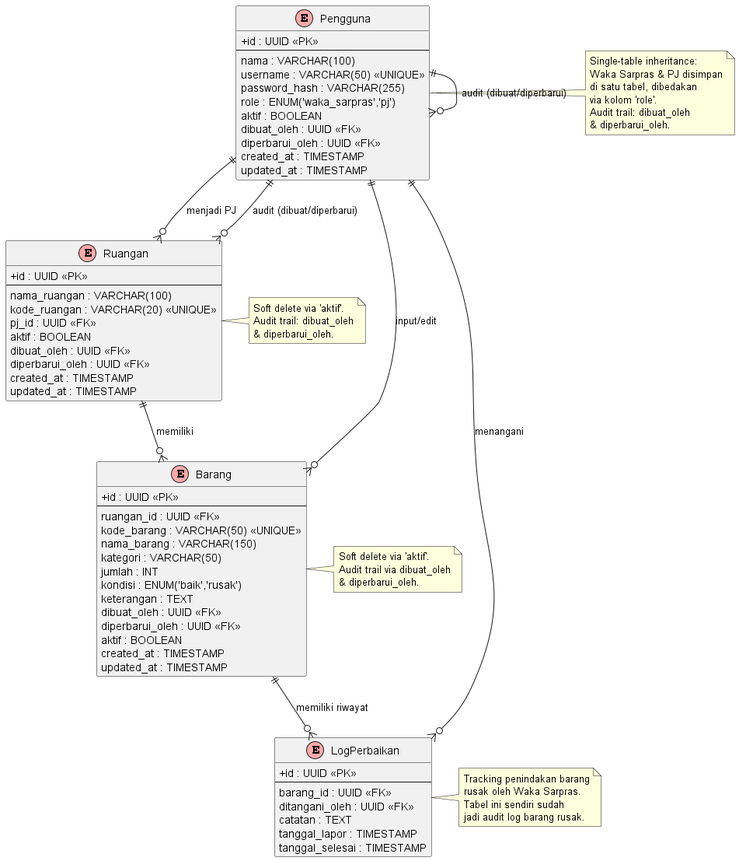
This is daftar semua digram untuk bab lampiran/erd/SIPRAS-NT_ERD.png from Aris0506/sipras-nt, a PlantUML export, as it was before one commit.
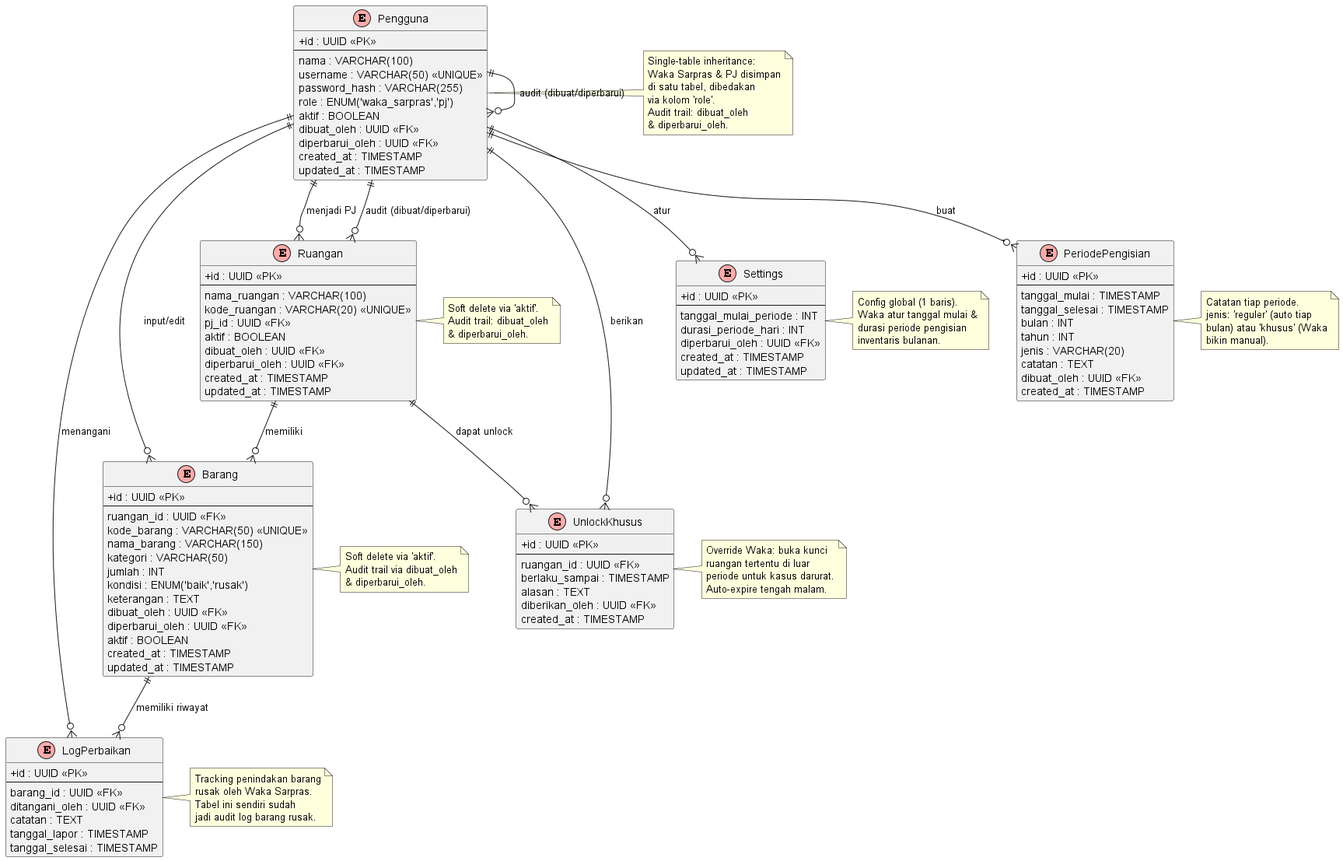
The same diagram one commit later.

Commit message:
feat: add schema periode pengisian

The edit, as a diff of the source:
```diff
@@ -58,6 +58,39 @@
   tanggal_selesai : TIMESTAMP
 }
 
+ENTITY(Settings) {
+  + id : UUID «PK»
+  --
+  tanggal_mulai_periode : INT
+  durasi_periode_hari : INT
+  diperbarui_oleh : UUID «FK»
+  created_at : TIMESTAMP
+  updated_at : TIMESTAMP
+}
+
+ENTITY(PeriodePengisian) {
+  + id : UUID «PK»
+  --
+  tanggal_mulai : TIMESTAMP
+  tanggal_selesai : TIMESTAMP
+  bulan : INT
+  tahun : INT
+  jenis : VARCHAR(20)
+  catatan : TEXT
+  dibuat_oleh : UUID «FK»
+  created_at : TIMESTAMP
+}
+
+ENTITY(UnlockKhusus) {
+  + id : UUID «PK»
+  --
+  ruangan_id : UUID «FK»
+  berlaku_sampai : TIMESTAMP
+  alasan : TEXT
+  diberikan_oleh : UUID «FK»
+  created_at : TIMESTAMP
+}
+
 Pengguna ||--o{ Ruangan : "menjadi PJ"
 Ruangan ||--o{ Barang : "memiliki"
 Pengguna ||--o{ Barang : "input/edit"
@@ -65,6 +98,11 @@
 Pengguna ||--o{ LogPerbaikan : "menangani"
 Pengguna ||--o{ Pengguna : "audit (dibuat/diperbarui)"
 Pengguna ||--o{ Ruangan : "audit (dibuat/diperbarui)"
+
+Pengguna ||--o{ Settings : "atur"
+Pengguna ||--o{ PeriodePengisian : "buat"
+Pengguna ||--o{ UnlockKhusus : "berikan"
+Ruangan  ||--o{ UnlockKhusus : "dapat unlock"
 
 note right of Pengguna
   Single-table inheritance:
@@ -94,4 +132,25 @@
   jadi audit log barang rusak.
 end note
 
+note right of Settings
+  Config global (1 baris).
+  Waka atur tanggal mulai &
+  durasi periode pengisian
+  inventaris bulanan.
+end note
+
+note right of PeriodePengisian
+  Catatan tiap periode.
+  jenis: 'reguler' (auto tiap
+  bulan) atau 'khusus' (Waka
+  bikin manual).
+end note
+
+note right of UnlockKhusus
+  Override Waka: buka kunci
+  ruangan tertentu di luar
+  periode untuk kasus darurat.
+  Auto-expire tengah malam.
+end note
+
 @enduml
```
